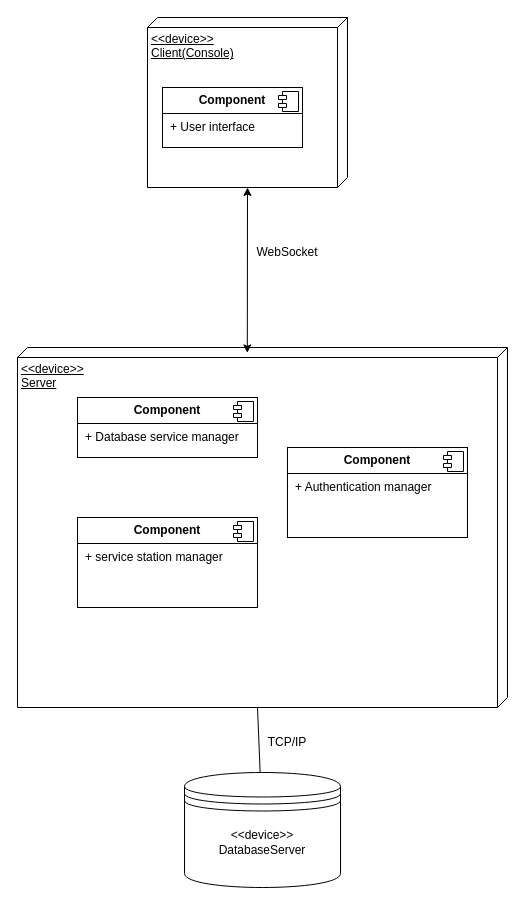
Above: ВВПС-КомпозицияНаДиаграмата.drawio in IvanStoykov04/carService (draw.io), before the change. Source tidied: cells renumbered, new cells numbered last; positions are measured from the earlier drawing's top-left corner, leaving out a move shared by most shapes. Both pictures are drawn from the tidied source at 100%, with x=0, y=0 at pixel (17, 17).
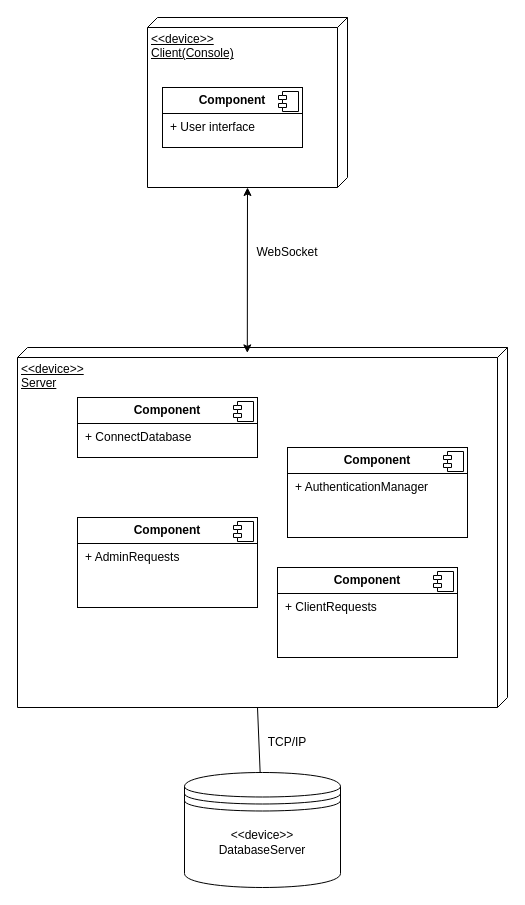
After the change.

Diff of the diagram source:
```diff
@@
-    <mxCell id="12" value="&lt;p style=&quot;margin:0px;margin-top:6px;text-align:center;&quot;&gt;&lt;b&gt;Component&lt;/b&gt;&lt;/p&gt;&lt;hr size=&quot;1&quot; style=&quot;border-style:solid;&quot;&gt;&lt;p style=&quot;margin:0px;margin-left:8px;&quot;&gt;+ Database service manager&lt;br&gt;&lt;br&gt;&lt;/p&gt;" style="align=left;overflow=fill;html=1;whiteSpace=wrap;" parent="1" vertex="1">
+    <mxCell id="12" value="&lt;p style=&quot;margin:0px;margin-top:6px;text-align:center;&quot;&gt;&lt;b&gt;Component&lt;/b&gt;&lt;/p&gt;&lt;hr size=&quot;1&quot; style=&quot;border-style:solid;&quot;&gt;&lt;p style=&quot;margin:0px;margin-left:8px;&quot;&gt;+ ConnectDatabase&lt;br&gt;&lt;br&gt;&lt;/p&gt;" style="align=left;overflow=fill;html=1;whiteSpace=wrap;" parent="1" vertex="1">
       <mxGeometry x="60" y="380" width="180" height="60" as="geometry" />
     </mxCell>
@@
-    <mxCell id="14" value="&lt;p style=&quot;margin:0px;margin-top:6px;text-align:center;&quot;&gt;&lt;b&gt;Component&lt;/b&gt;&lt;/p&gt;&lt;hr size=&quot;1&quot; style=&quot;border-style:solid;&quot;&gt;&lt;p style=&quot;margin:0px;margin-left:8px;&quot;&gt;+ service station manager&lt;br&gt;&lt;/p&gt;" style="align=left;overflow=fill;html=1;whiteSpace=wrap;" parent="1" vertex="1">
+    <mxCell id="14" value="&lt;p style=&quot;margin:0px;margin-top:6px;text-align:center;&quot;&gt;&lt;b&gt;Component&lt;/b&gt;&lt;/p&gt;&lt;hr size=&quot;1&quot; style=&quot;border-style:solid;&quot;&gt;&lt;p style=&quot;margin:0px;margin-left:8px;&quot;&gt;+ AdminRequests&lt;br&gt;&lt;/p&gt;" style="align=left;overflow=fill;html=1;whiteSpace=wrap;" parent="1" vertex="1">
       <mxGeometry x="60" y="500" width="180" height="90" as="geometry" />
     </mxCell>
@@
-    <mxCell id="16" value="&lt;p style=&quot;margin:0px;margin-top:6px;text-align:center;&quot;&gt;&lt;b&gt;Component&lt;/b&gt;&lt;/p&gt;&lt;hr size=&quot;1&quot; style=&quot;border-style:solid;&quot;&gt;&lt;p style=&quot;margin:0px;margin-left:8px;&quot;&gt;+ Authentication manager&lt;br&gt;&lt;/p&gt;" style="align=left;overflow=fill;html=1;whiteSpace=wrap;" parent="1" vertex="1">
+    <mxCell id="16" value="&lt;p style=&quot;margin:0px;margin-top:6px;text-align:center;&quot;&gt;&lt;b&gt;Component&lt;/b&gt;&lt;/p&gt;&lt;hr size=&quot;1&quot; style=&quot;border-style:solid;&quot;&gt;&lt;p style=&quot;margin:0px;margin-left:8px;&quot;&gt;+ AuthenticationManager&lt;br&gt;&lt;/p&gt;" style="align=left;overflow=fill;html=1;whiteSpace=wrap;" parent="1" vertex="1">
       <mxGeometry x="270" y="430" width="180" height="90" as="geometry" />
     </mxCell>
@@
+    <mxCell id="18" value="&lt;p style=&quot;margin:0px;margin-top:6px;text-align:center;&quot;&gt;&lt;b&gt;Component&lt;/b&gt;&lt;/p&gt;&lt;hr size=&quot;1&quot; style=&quot;border-style:solid;&quot;&gt;&lt;p style=&quot;margin:0px;margin-left:8px;&quot;&gt;+ ClientRequests&lt;br&gt;&lt;/p&gt;" style="align=left;overflow=fill;html=1;whiteSpace=wrap;" parent="1" vertex="1">
+      <mxGeometry x="260" y="550" width="180" height="90" as="geometry" />
+    </mxCell>
+    <mxCell id="19" style="shape=component;jettyWidth=8;jettyHeight=4;" parent="18" vertex="1">
+      <mxGeometry x="1" width="20" height="20" relative="1" as="geometry">
+        <mxPoint x="-24" y="4" as="offset" />
+      </mxGeometry>
+    </mxCell>
```
